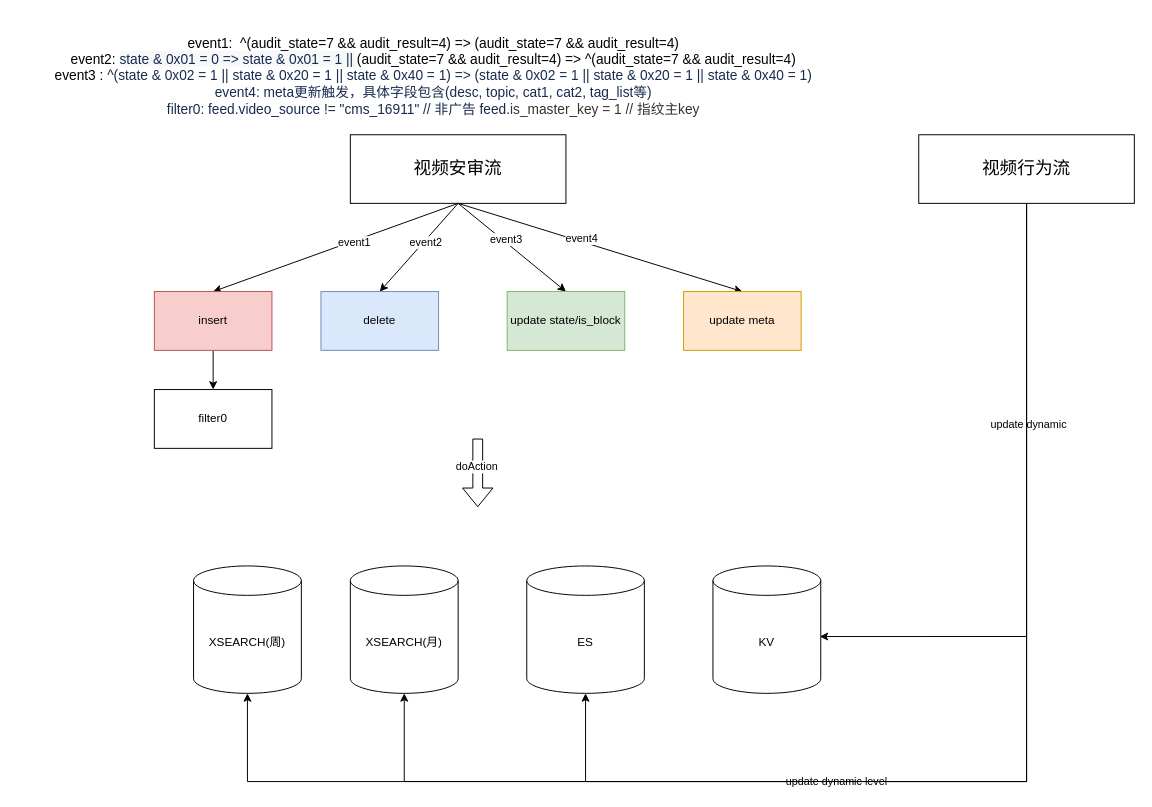
Earlier version of the draw.io diagram search_flow.drawio (learn2Pro/draw_io_save). Source tidied: cells renumbered, new cells numbered last; positions are measured from the earlier drawing's top-left corner, leaving out a move shared by most shapes. Both pictures are drawn from the tidied source at 98%, with x=0, y=0 at pixel (17, 17).
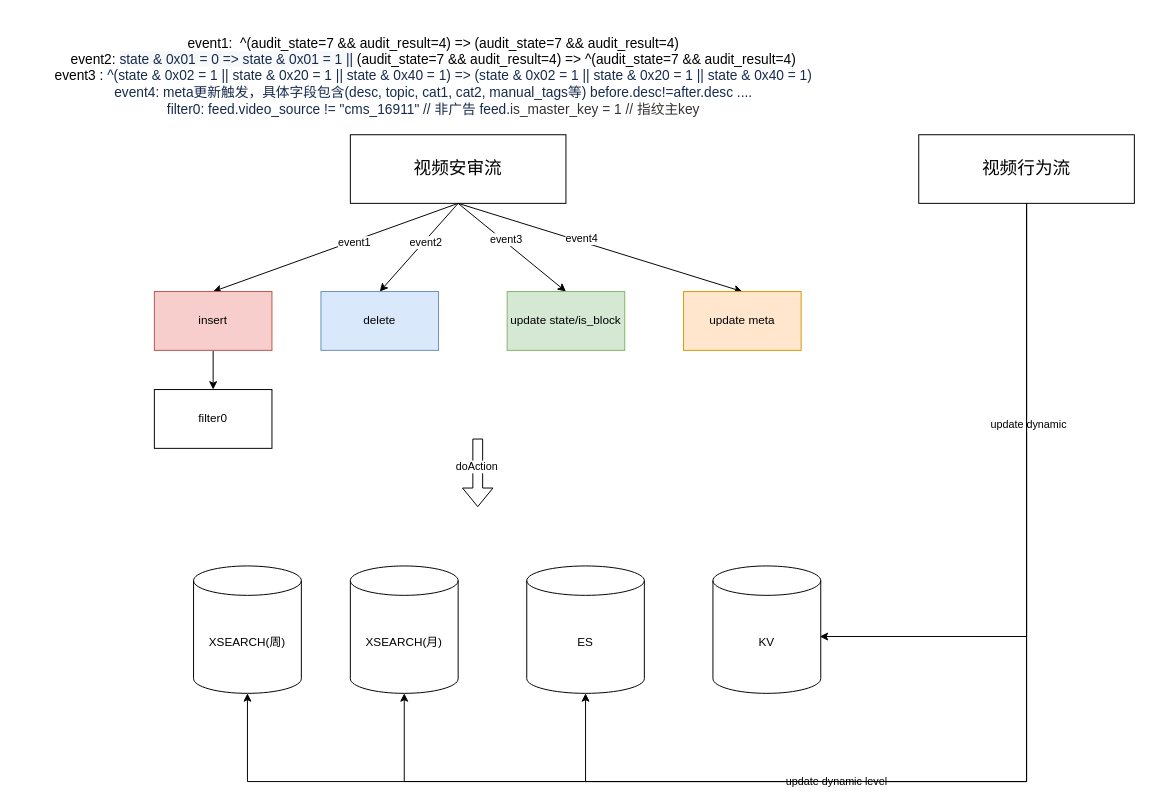
The same page after the edit.

Change to the diagram source:
```diff
@@
-    <mxCell id="14" value="&lt;font style=&quot;font-size: 14px&quot;&gt;event1:&amp;nbsp; ^(audit_state=7 &amp;amp;&amp;amp; audit_result=4) =&amp;gt; (audit_state=7 &amp;amp;&amp;amp; audit_result=4)&lt;br&gt;event2:&amp;nbsp;&lt;span style=&quot;color: rgb(23 , 43 , 77) ; text-align: left ; background-color: rgb(246 , 248 , 250)&quot;&gt;state &amp;amp; 0x01 = 0 =&amp;gt; state &amp;amp; 0x01 = 1 ||&amp;nbsp;&lt;/span&gt;(audit_state=7 &amp;amp;&amp;amp; audit_result=4) =&amp;gt; ^(audit_state=7 &amp;amp;&amp;amp; audit_result=4)&lt;br&gt;event3 :&amp;nbsp;&lt;span style=&quot;background-color: rgb(255 , 255 , 255) ; color: rgb(23 , 43 , 77) ; font-family: , , &amp;#34;segoe ui&amp;#34; , &amp;#34;roboto&amp;#34; , &amp;#34;oxygen&amp;#34; , &amp;#34;ubuntu&amp;#34; , &amp;#34;fira sans&amp;#34; , &amp;#34;droid sans&amp;#34; , &amp;#34;helvetica neue&amp;#34; , sans-serif ; text-align: left&quot;&gt;^(state &amp;amp; 0x02 = 1 || state &amp;amp; 0x20 = 1 || state &amp;amp; 0x40 = 1) =&amp;gt;&amp;nbsp;&lt;/span&gt;&lt;span style=&quot;background-color: rgb(255 , 255 , 255) ; color: rgb(23 , 43 , 77) ; font-family: , , &amp;#34;segoe ui&amp;#34; , &amp;#34;roboto&amp;#34; , &amp;#34;oxygen&amp;#34; , &amp;#34;ubuntu&amp;#34; , &amp;#34;fira sans&amp;#34; , &amp;#34;droid sans&amp;#34; , &amp;#34;helvetica neue&amp;#34; , sans-serif ; text-align: left&quot;&gt;(state &amp;amp; 0x02 = 1 || state &amp;amp; 0x20 = 1 || state &amp;amp; 0x40 = 1)&lt;br&gt;&lt;/span&gt;&lt;span style=&quot;background-color: rgb(255 , 255 , 255) ; color: rgb(23 , 43 , 77) ; font-family: , , &amp;#34;segoe ui&amp;#34; , &amp;#34;roboto&amp;#34; , &amp;#34;oxygen&amp;#34; , &amp;#34;ubuntu&amp;#34; , &amp;#34;fira sans&amp;#34; , &amp;#34;droid sans&amp;#34; , &amp;#34;helvetica neue&amp;#34; , sans-serif ; text-align: left&quot;&gt;event4: meta更新触发，具体字段包含(&lt;/span&gt;&lt;span style=&quot;color: rgb(23 , 43 , 77) ; font-family: , , &amp;#34;segoe ui&amp;#34; , &amp;#34;roboto&amp;#34; , &amp;#34;oxygen&amp;#34; , &amp;#34;ubuntu&amp;#34; , &amp;#34;fira sans&amp;#34; , &amp;#34;droid sans&amp;#34; , &amp;#34;helvetica neue&amp;#34; , sans-serif ; background-color: rgb(255 , 255 , 255)&quot;&gt;desc, topic, cat1, cat2, tag_list&lt;/span&gt;&lt;span style=&quot;background-color: rgb(255 , 255 , 255) ; color: rgb(23 , 43 , 77) ; font-family: , , &amp;#34;segoe ui&amp;#34; , &amp;#34;roboto&amp;#34; , &amp;#34;oxygen&amp;#34; , &amp;#34;ubuntu&amp;#34; , &amp;#34;fira sans&amp;#34; , &amp;#34;droid sans&amp;#34; , &amp;#34;helvetica neue&amp;#34; , sans-serif ; text-align: left&quot;&gt;等)&lt;br&gt;filter0:&amp;nbsp;&lt;/span&gt;&lt;span style=&quot;background-color: rgb(255 , 255 , 255) ; color: rgb(23 , 43 , 77) ; font-family: , , &amp;#34;segoe ui&amp;#34; , &amp;#34;roboto&amp;#34; , &amp;#34;oxygen&amp;#34; , &amp;#34;ubuntu&amp;#34; , &amp;#34;fira sans&amp;#34; , &amp;#34;droid sans&amp;#34; , &amp;#34;helvetica neue&amp;#34; , sans-serif ; text-align: left&quot;&gt;feed.video_source&amp;nbsp;!= &quot;cms_16911&quot;&amp;nbsp;// 非广告&amp;nbsp;&lt;/span&gt;&lt;span style=&quot;background-color: rgb(255 , 255 , 255) ; color: rgb(23 , 43 , 77) ; font-family: , , &amp;#34;segoe ui&amp;#34; , &amp;#34;roboto&amp;#34; , &amp;#34;oxygen&amp;#34; , &amp;#34;ubuntu&amp;#34; , &amp;#34;fira sans&amp;#34; , &amp;#34;droid sans&amp;#34; , &amp;#34;helvetica neue&amp;#34; , sans-serif ; text-align: left&quot;&gt;feed.&lt;/span&gt;&lt;span style=&quot;font-family: , , &amp;#34;segoe ui&amp;#34; , &amp;#34;roboto&amp;#34; , &amp;#34;oxygen&amp;#34; , &amp;#34;ubuntu&amp;#34; , &amp;#34;fira sans&amp;#34; , &amp;#34;droid sans&amp;#34; , &amp;#34;helvetica neue&amp;#34; , sans-serif ; text-align: left ; margin: 0px ; color: rgb(51 , 51 , 51)&quot;&gt;is_master_key = 1&amp;nbsp;// 指纹主key&lt;/span&gt;&lt;span style=&quot;background-color: rgb(255 , 255 , 255) ; color: rgb(23 , 43 , 77) ; font-family: , , &amp;#34;segoe ui&amp;#34; , &amp;#34;roboto&amp;#34; , &amp;#34;oxygen&amp;#34; , &amp;#34;ubuntu&amp;#34; , &amp;#34;fira sans&amp;#34; , &amp;#34;droid sans&amp;#34; , &amp;#34;helvetica neue&amp;#34; , sans-serif ; text-align: left&quot;&gt;&lt;br&gt;&lt;/span&gt;&lt;/font&gt;" style="text;html=1;strokeColor=none;fillColor=none;align=center;verticalAlign=middle;whiteSpace=wrap;rounded=0;" parent="1" vertex="1">
+    <mxCell id="14" value="&lt;font style=&quot;font-size: 14px&quot;&gt;event1:&amp;nbsp; ^(audit_state=7 &amp;amp;&amp;amp; audit_result=4) =&amp;gt; (audit_state=7 &amp;amp;&amp;amp; audit_result=4)&lt;br&gt;event2:&amp;nbsp;&lt;span style=&quot;color: rgb(23 , 43 , 77) ; text-align: left ; background-color: rgb(246 , 248 , 250)&quot;&gt;state &amp;amp; 0x01 = 0 =&amp;gt; state &amp;amp; 0x01 = 1 ||&amp;nbsp;&lt;/span&gt;(audit_state=7 &amp;amp;&amp;amp; audit_result=4) =&amp;gt; ^(audit_state=7 &amp;amp;&amp;amp; audit_result=4)&lt;br&gt;event3 :&amp;nbsp;&lt;span style=&quot;background-color: rgb(255 , 255 , 255) ; color: rgb(23 , 43 , 77) ; font-family: , , &amp;#34;segoe ui&amp;#34; , &amp;#34;roboto&amp;#34; , &amp;#34;oxygen&amp;#34; , &amp;#34;ubuntu&amp;#34; , &amp;#34;fira sans&amp;#34; , &amp;#34;droid sans&amp;#34; , &amp;#34;helvetica neue&amp;#34; , sans-serif ; text-align: left&quot;&gt;^(state &amp;amp; 0x02 = 1 || state &amp;amp; 0x20 = 1 || state &amp;amp; 0x40 = 1) =&amp;gt;&amp;nbsp;&lt;/span&gt;&lt;span style=&quot;background-color: rgb(255 , 255 , 255) ; color: rgb(23 , 43 , 77) ; font-family: , , &amp;#34;segoe ui&amp;#34; , &amp;#34;roboto&amp;#34; , &amp;#34;oxygen&amp;#34; , &amp;#34;ubuntu&amp;#34; , &amp;#34;fira sans&amp;#34; , &amp;#34;droid sans&amp;#34; , &amp;#34;helvetica neue&amp;#34; , sans-serif ; text-align: left&quot;&gt;(state &amp;amp; 0x02 = 1 || state &amp;amp; 0x20 = 1 || state &amp;amp; 0x40 = 1)&lt;br&gt;&lt;/span&gt;&lt;span style=&quot;background-color: rgb(255 , 255 , 255) ; color: rgb(23 , 43 , 77) ; font-family: , , &amp;#34;segoe ui&amp;#34; , &amp;#34;roboto&amp;#34; , &amp;#34;oxygen&amp;#34; , &amp;#34;ubuntu&amp;#34; , &amp;#34;fira sans&amp;#34; , &amp;#34;droid sans&amp;#34; , &amp;#34;helvetica neue&amp;#34; , sans-serif ; text-align: left&quot;&gt;event4: meta更新触发，具体字段包含(&lt;/span&gt;&lt;span style=&quot;color: rgb(23 , 43 , 77) ; font-family: , , &amp;#34;segoe ui&amp;#34; , &amp;#34;roboto&amp;#34; , &amp;#34;oxygen&amp;#34; , &amp;#34;ubuntu&amp;#34; , &amp;#34;fira sans&amp;#34; , &amp;#34;droid sans&amp;#34; , &amp;#34;helvetica neue&amp;#34; , sans-serif ; background-color: rgb(255 , 255 , 255)&quot;&gt;desc, topic, cat1, cat2, manual_tags&lt;/span&gt;&lt;span style=&quot;background-color: rgb(255 , 255 , 255) ; color: rgb(23 , 43 , 77) ; font-family: , , &amp;#34;segoe ui&amp;#34; , &amp;#34;roboto&amp;#34; , &amp;#34;oxygen&amp;#34; , &amp;#34;ubuntu&amp;#34; , &amp;#34;fira sans&amp;#34; , &amp;#34;droid sans&amp;#34; , &amp;#34;helvetica neue&amp;#34; , sans-serif ; text-align: left&quot;&gt;等) before.desc!=after.desc ....&lt;br&gt;filter0:&amp;nbsp;&lt;/span&gt;&lt;span style=&quot;background-color: rgb(255 , 255 , 255) ; color: rgb(23 , 43 , 77) ; font-family: , , &amp;#34;segoe ui&amp;#34; , &amp;#34;roboto&amp;#34; , &amp;#34;oxygen&amp;#34; , &amp;#34;ubuntu&amp;#34; , &amp;#34;fira sans&amp;#34; , &amp;#34;droid sans&amp;#34; , &amp;#34;helvetica neue&amp;#34; , sans-serif ; text-align: left&quot;&gt;feed.video_source&amp;nbsp;!= &quot;cms_16911&quot;&amp;nbsp;// 非广告&amp;nbsp;&lt;/span&gt;&lt;span style=&quot;background-color: rgb(255 , 255 , 255) ; color: rgb(23 , 43 , 77) ; font-family: , , &amp;#34;segoe ui&amp;#34; , &amp;#34;roboto&amp;#34; , &amp;#34;oxygen&amp;#34; , &amp;#34;ubuntu&amp;#34; , &amp;#34;fira sans&amp;#34; , &amp;#34;droid sans&amp;#34; , &amp;#34;helvetica neue&amp;#34; , sans-serif ; text-align: left&quot;&gt;feed.&lt;/span&gt;&lt;span style=&quot;font-family: , , &amp;#34;segoe ui&amp;#34; , &amp;#34;roboto&amp;#34; , &amp;#34;oxygen&amp;#34; , &amp;#34;ubuntu&amp;#34; , &amp;#34;fira sans&amp;#34; , &amp;#34;droid sans&amp;#34; , &amp;#34;helvetica neue&amp;#34; , sans-serif ; text-align: left ; margin: 0px ; color: rgb(51 , 51 , 51)&quot;&gt;is_master_key = 1&amp;nbsp;// 指纹主key&lt;/span&gt;&lt;span style=&quot;background-color: rgb(255 , 255 , 255) ; color: rgb(23 , 43 , 77) ; font-family: , , &amp;#34;segoe ui&amp;#34; , &amp;#34;roboto&amp;#34; , &amp;#34;oxygen&amp;#34; , &amp;#34;ubuntu&amp;#34; , &amp;#34;fira sans&amp;#34; , &amp;#34;droid sans&amp;#34; , &amp;#34;helvetica neue&amp;#34; , sans-serif ; text-align: left&quot;&gt;&lt;br&gt;&lt;/span&gt;&lt;/font&gt;" style="text;html=1;strokeColor=none;fillColor=none;align=center;verticalAlign=middle;whiteSpace=wrap;rounded=0;" parent="1" vertex="1">
       <mxGeometry width="850" height="120" as="geometry" />
     </mxCell>
```
